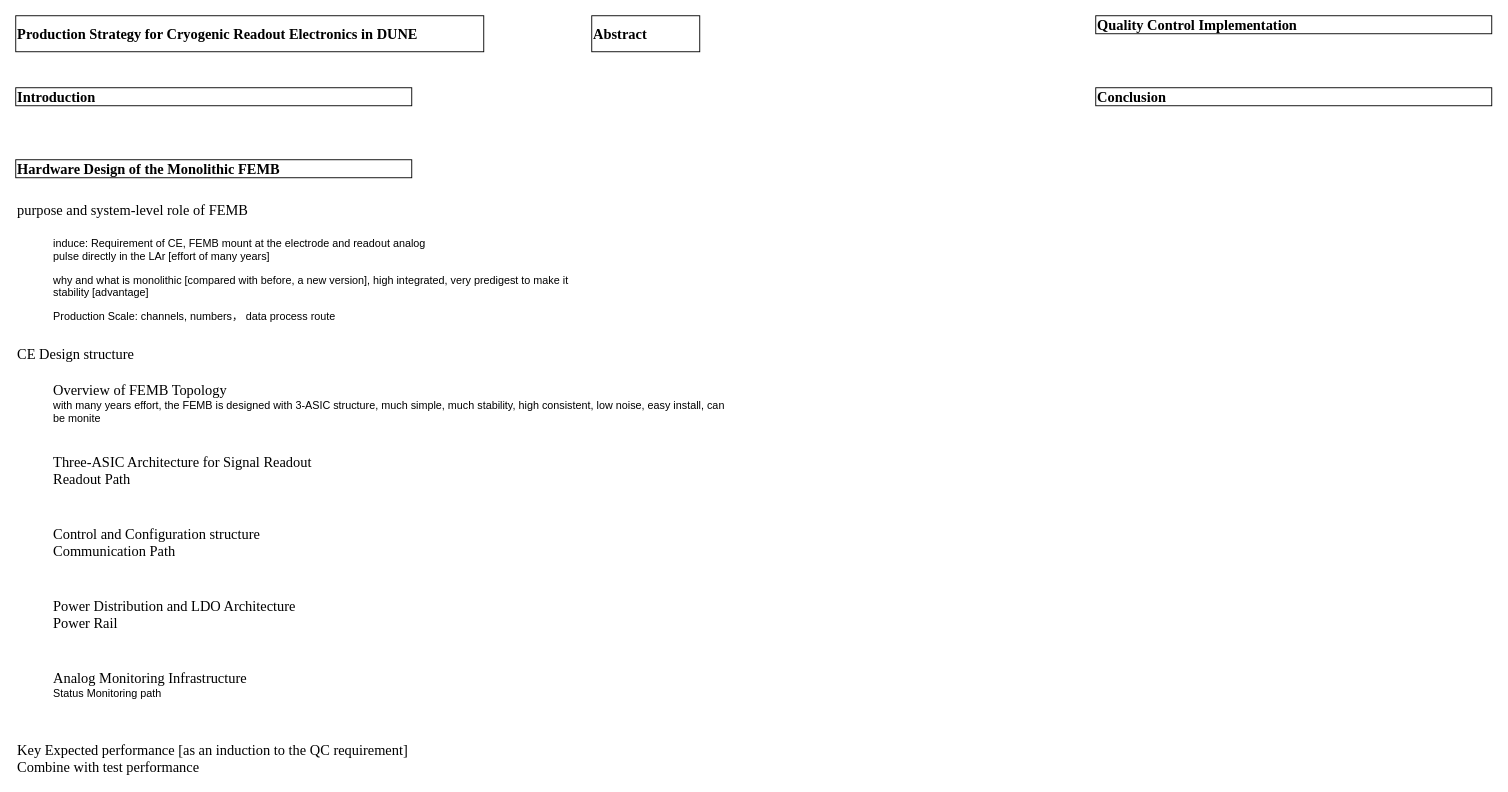
This is Production_QC.drawio from lkebnl/Draw_IO, a draw.io file, before an edit. Source tidied: cells renumbered, new cells numbered last; positions are measured from the earlier drawing's top-left corner, leaving out a move shared by most shapes. Both pictures are drawn from the tidied source at 90%, with x=0, y=0 at pixel (15, 15).
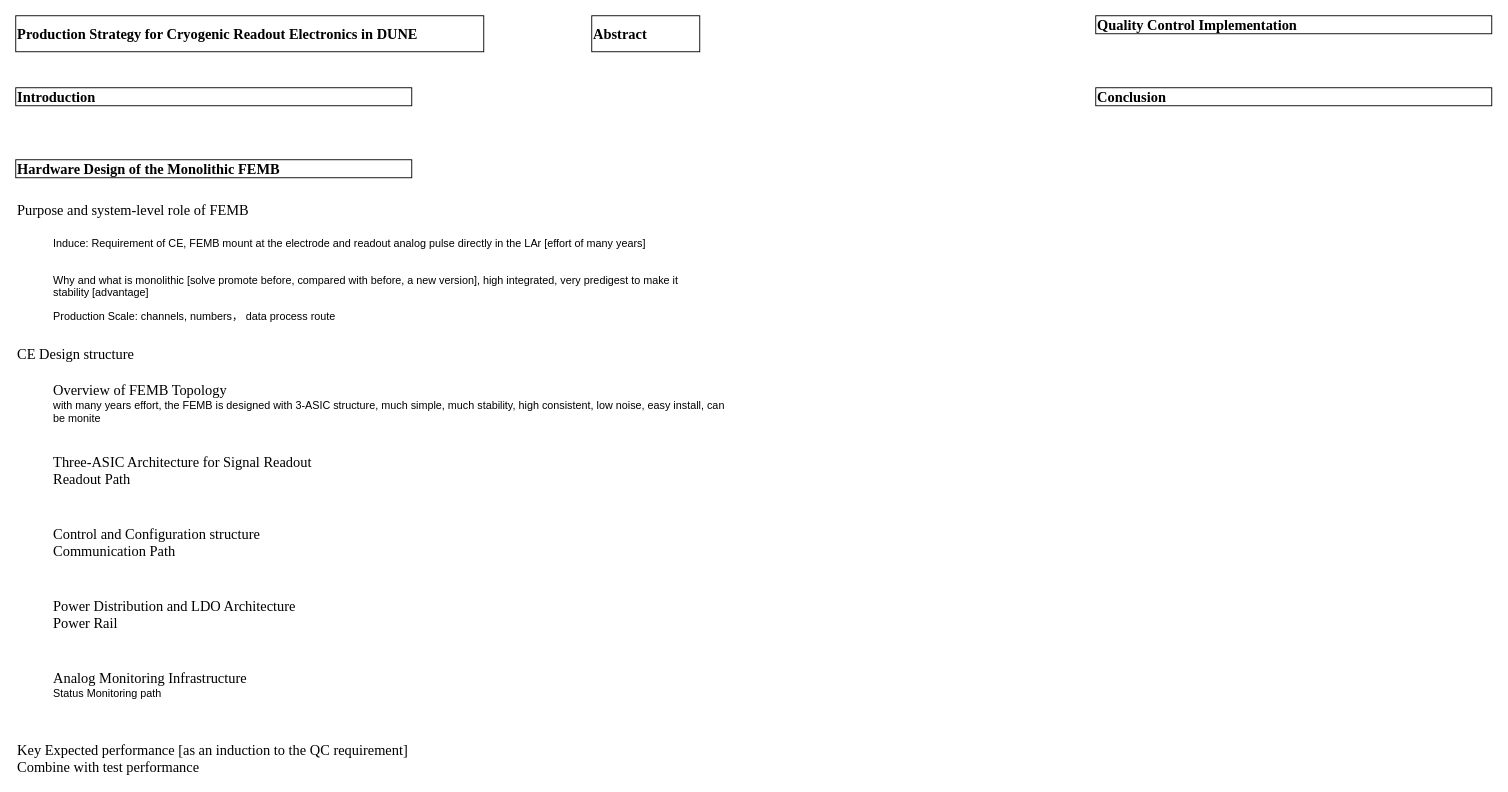
The same page after the edit.

What changed in the source:
```diff
@@
 <mxGraphModel>
   <root>
     <mxCell id="0" />
     <mxCell id="1" parent="0" />
     <mxCell id="2" value="Production Strategy for Cryogenic Readout Electronics in DUNE" style="rounded=0;whiteSpace=wrap;html=1;align=left;fontStyle=1;fontSize=16;fontFamily=Times New Roman;" parent="1" vertex="1">
       <mxGeometry width="520" height="40" as="geometry" />
     </mxCell>
     <mxCell id="3" value="Abstract" style="rounded=0;whiteSpace=wrap;html=1;align=left;fontStyle=1;fontSize=16;fontFamily=Times New Roman;" parent="1" vertex="1">
       <mxGeometry x="640" width="120" height="40" as="geometry" />
     </mxCell>
     <mxCell id="4" value="Introduction" style="rounded=0;whiteSpace=wrap;html=1;align=left;fontStyle=1;fontSize=16;fontFamily=Times New Roman;" parent="1" vertex="1">
       <mxGeometry y="80" width="440" height="20" as="geometry" />
     </mxCell>
     <mxCell id="5" value="Hardware Design of the Monolithic FEMB" style="rounded=0;whiteSpace=wrap;html=1;align=left;fontStyle=1;fontSize=16;fontFamily=Times New Roman;" parent="1" vertex="1">
       <mxGeometry y="160" width="440" height="20" as="geometry" />
     </mxCell>
     <mxCell id="6" value="Quality Control Implementation" style="rounded=0;whiteSpace=wrap;html=1;align=left;fontStyle=1;fontSize=16;fontFamily=Times New Roman;" parent="1" vertex="1">
       <mxGeometry x="1200" width="440" height="20" as="geometry" />
     </mxCell>
     <mxCell id="7" value="Conclusion" style="rounded=0;whiteSpace=wrap;html=1;align=left;fontStyle=1;fontSize=16;fontFamily=Times New Roman;" parent="1" vertex="1">
       <mxGeometry x="1200" y="80" width="440" height="20" as="geometry" />
     </mxCell>
-    <mxCell id="8" value="&lt;span style=&quot;font-size:12.0pt;mso-bidi-font-size:11.0pt;&amp;lt;br/&amp;gt;line-height:107%;font-family:&amp;quot;Times New Roman&amp;quot;,serif;mso-fareast-font-family:&amp;lt;br/&amp;gt;DengXian;mso-fareast-theme-font:minor-fareast;mso-bidi-theme-font:minor-bidi;&amp;lt;br/&amp;gt;mso-ansi-language:EN-US;mso-fareast-language:ZH-CN;mso-bidi-language:AR-SA&quot;&gt;purpose and system-level role of FEMB&lt;/span&gt;" style="text;whiteSpace=wrap;html=1;" parent="1" vertex="1">
+    <mxCell id="8" value="&lt;span style=&quot;font-size:12.0pt;mso-bidi-font-size:11.0pt;&amp;lt;br/&amp;gt;line-height:107%;font-family:&amp;quot;Times New Roman&amp;quot;,serif;mso-fareast-font-family:&amp;lt;br/&amp;gt;DengXian;mso-fareast-theme-font:minor-fareast;mso-bidi-theme-font:minor-bidi;&amp;lt;br/&amp;gt;mso-ansi-language:EN-US;mso-fareast-language:ZH-CN;mso-bidi-language:AR-SA&quot;&gt;Purpose and system-level role of FEMB&lt;/span&gt;" style="text;whiteSpace=wrap;html=1;" parent="1" vertex="1">
       <mxGeometry y="200" width="440" height="30" as="geometry" />
     </mxCell>
-    <mxCell id="9" value="induce: Requirement of CE, FEMB mount at the electrode and readout analog pulse directly in the LAr [effort of many years]" style="text;whiteSpace=wrap;html=1;" parent="1" vertex="1">
-      <mxGeometry x="40" y="240" width="440" height="40" as="geometry" />
+    <mxCell id="9" value="Induce: Requirement of CE, FEMB mount at the electrode and readout analog pulse directly in the LAr [effort of many years]" style="text;whiteSpace=wrap;html=1;" parent="1" vertex="1">
+      <mxGeometry x="40" y="240" width="720" height="40" as="geometry" />
     </mxCell>
-    <mxCell id="10" value="why and what is monolithic [compared with before, a new version], high integrated, very predigest to make it stability [advantage]" style="text;whiteSpace=wrap;html=1;" parent="1" vertex="1">
-      <mxGeometry x="40" y="280" width="600" height="30" as="geometry" />
+    <mxCell id="10" value="Why and what is monolithic [solve promote before, compared with before, a new version], high integrated, very predigest to make it stability [advantage]" style="text;whiteSpace=wrap;html=1;" parent="1" vertex="1">
+      <mxGeometry x="40" y="280" width="720" height="30" as="geometry" />
     </mxCell>
     <mxCell id="11" value="Production Scale: channels, numbers， data process route" style="text;whiteSpace=wrap;html=1;" parent="1" vertex="1">
-      <mxGeometry x="40" y="320" width="600" height="30" as="geometry" />
+      <mxGeometry x="40" y="320" width="720" height="30" as="geometry" />
     </mxCell>
     <mxCell id="12" value="&lt;span style=&quot;font-size:12.0pt;mso-bidi-font-size:11.0pt;&amp;lt;br/&amp;gt;line-height:107%;font-family:&amp;quot;Times New Roman&amp;quot;,serif;mso-fareast-font-family:&amp;lt;br/&amp;gt;DengXian;mso-fareast-theme-font:minor-fareast;mso-bidi-theme-font:minor-bidi;&amp;lt;br/&amp;gt;mso-ansi-language:EN-US;mso-fareast-language:ZH-CN;mso-bidi-language:AR-SA&quot;&gt;CE Design structure&lt;/span&gt;" style="text;whiteSpace=wrap;html=1;" parent="1" vertex="1">
       <mxGeometry y="360" width="440" height="30" as="geometry" />
     </mxCell>
     <mxCell id="13" value="&lt;span style=&quot;font-size:12.0pt;mso-bidi-font-size:11.0pt;&amp;lt;br/&amp;gt;line-height:107%;font-family:&amp;quot;Times New Roman&amp;quot;,serif;mso-fareast-font-family:&amp;lt;br/&amp;gt;DengXian;mso-fareast-theme-font:minor-fareast;mso-bidi-theme-font:minor-bidi;&amp;lt;br/&amp;gt;mso-ansi-language:EN-US;mso-fareast-language:ZH-CN;mso-bidi-language:AR-SA&quot;&gt;Overview of FEMB Topology&lt;/span&gt;&lt;div&gt;with many years effort, the FEMB is designed with 3-ASIC structure, much simple, much stability, high consistent, low noise, easy install, can be monite&lt;/div&gt;" style="text;whiteSpace=wrap;html=1;" parent="1" vertex="1">
       <mxGeometry x="40" y="400" width="760" height="40" as="geometry" />
     </mxCell>
     <mxCell id="14" value="&lt;span style=&quot;font-size:12.0pt;mso-bidi-font-size:11.0pt;&amp;lt;br/&amp;gt;line-height:107%;font-family:&amp;quot;Times New Roman&amp;quot;,serif;mso-fareast-font-family:&amp;lt;br/&amp;gt;DengXian;mso-fareast-theme-font:minor-fareast;mso-bidi-theme-font:minor-bidi;&amp;lt;br/&amp;gt;mso-ansi-language:EN-US;mso-fareast-language:ZH-CN;mso-bidi-language:AR-SA&quot;&gt;Three-ASIC Architecture for Signal Readout&lt;/span&gt;&lt;div&gt;&lt;span style=&quot;font-size:12.0pt;mso-bidi-font-size:11.0pt;&amp;lt;br/&amp;gt;line-height:107%;font-family:&amp;quot;Times New Roman&amp;quot;,serif;mso-fareast-font-family:&amp;lt;br/&amp;gt;DengXian;mso-fareast-theme-font:minor-fareast;mso-bidi-theme-font:minor-bidi;&amp;lt;br/&amp;gt;mso-ansi-language:EN-US;mso-fareast-language:ZH-CN;mso-bidi-language:AR-SA&quot;&gt;Readout Path&lt;/span&gt;&lt;/div&gt;" style="text;whiteSpace=wrap;html=1;" parent="1" vertex="1">
       <mxGeometry x="40" y="480" width="600" height="80" as="geometry" />
     </mxCell>
     <mxCell id="15" value="&lt;span style=&quot;font-size:12.0pt;mso-bidi-font-size:11.0pt;&amp;lt;br/&amp;gt;line-height:107%;font-family:&amp;quot;Times New Roman&amp;quot;,serif;mso-fareast-font-family:&amp;lt;br/&amp;gt;DengXian;mso-fareast-theme-font:minor-fareast;mso-bidi-theme-font:minor-bidi;&amp;lt;br/&amp;gt;mso-ansi-language:EN-US;mso-fareast-language:ZH-CN;mso-bidi-language:AR-SA&quot;&gt;Key Expected performance [as an induction to the QC requirement]&lt;/span&gt;&lt;div&gt;&lt;span style=&quot;font-size:12.0pt;mso-bidi-font-size:11.0pt;&amp;lt;br/&amp;gt;line-height:107%;font-family:&amp;quot;Times New Roman&amp;quot;,serif;mso-fareast-font-family:&amp;lt;br/&amp;gt;DengXian;mso-fareast-theme-font:minor-fareast;mso-bidi-theme-font:minor-bidi;&amp;lt;br/&amp;gt;mso-ansi-language:EN-US;mso-fareast-language:ZH-CN;mso-bidi-language:AR-SA&quot;&gt;Combine with test performance&lt;/span&gt;&lt;/div&gt;" style="text;whiteSpace=wrap;html=1;" parent="1" vertex="1">
       <mxGeometry y="800" width="600" height="30" as="geometry" />
     </mxCell>
     <mxCell id="16" value="&lt;span style=&quot;font-size:12.0pt;mso-bidi-font-size:11.0pt;&amp;lt;br/&amp;gt;line-height:107%;font-family:&amp;quot;Times New Roman&amp;quot;,serif;mso-fareast-font-family:&amp;lt;br/&amp;gt;DengXian;mso-fareast-theme-font:minor-fareast;mso-bidi-theme-font:minor-bidi;&amp;lt;br/&amp;gt;mso-ansi-language:EN-US;mso-fareast-language:ZH-CN;mso-bidi-language:AR-SA&quot;&gt;Control and Configuration structure&lt;/span&gt;&lt;div&gt;&lt;span style=&quot;font-size:12.0pt;mso-bidi-font-size:11.0pt;&amp;lt;br/&amp;gt;line-height:107%;font-family:&amp;quot;Times New Roman&amp;quot;,serif;mso-fareast-font-family:&amp;lt;br/&amp;gt;DengXian;mso-fareast-theme-font:minor-fareast;mso-bidi-theme-font:minor-bidi;&amp;lt;br/&amp;gt;mso-ansi-language:EN-US;mso-fareast-language:ZH-CN;mso-bidi-language:AR-SA&quot;&gt;Communication Path&lt;/span&gt;&lt;/div&gt;" style="text;whiteSpace=wrap;html=1;" parent="1" vertex="1">
       <mxGeometry x="40" y="560" width="600" height="30" as="geometry" />
     </mxCell>
     <mxCell id="17" value="&lt;span style=&quot;font-size:12.0pt;mso-bidi-font-size:11.0pt;&amp;lt;br/&amp;gt;line-height:107%;font-family:&amp;quot;Times New Roman&amp;quot;,serif;mso-fareast-font-family:&amp;lt;br/&amp;gt;DengXian;mso-fareast-theme-font:minor-fareast;mso-bidi-theme-font:minor-bidi;&amp;lt;br/&amp;gt;mso-ansi-language:EN-US;mso-fareast-language:ZH-CN;mso-bidi-language:AR-SA&quot;&gt;Power Distribution and LDO Architecture&lt;/span&gt;&lt;div&gt;&lt;span style=&quot;font-size:12.0pt;mso-bidi-font-size:11.0pt;&amp;lt;br/&amp;gt;line-height:107%;font-family:&amp;quot;Times New Roman&amp;quot;,serif;mso-fareast-font-family:&amp;lt;br/&amp;gt;DengXian;mso-fareast-theme-font:minor-fareast;mso-bidi-theme-font:minor-bidi;&amp;lt;br/&amp;gt;mso-ansi-language:EN-US;mso-fareast-language:ZH-CN;mso-bidi-language:AR-SA&quot;&gt;Power Rail&lt;/span&gt;&lt;/div&gt;" style="text;whiteSpace=wrap;html=1;" parent="1" vertex="1">
       <mxGeometry x="40" y="640" width="600" height="30" as="geometry" />
     </mxCell>
     <mxCell id="18" value="&lt;font face=&quot;Times New Roman, serif&quot;&gt;&lt;span style=&quot;font-size: 16px;&quot;&gt;Analog Monitoring Infrastructure&lt;/span&gt;&lt;/font&gt;&lt;div&gt;Status Monitoring path&lt;/div&gt;" style="text;whiteSpace=wrap;html=1;" parent="1" vertex="1">
       <mxGeometry x="40" y="720" width="600" height="30" as="geometry" />
     </mxCell>
   </root>
 </mxGraphModel>
```
